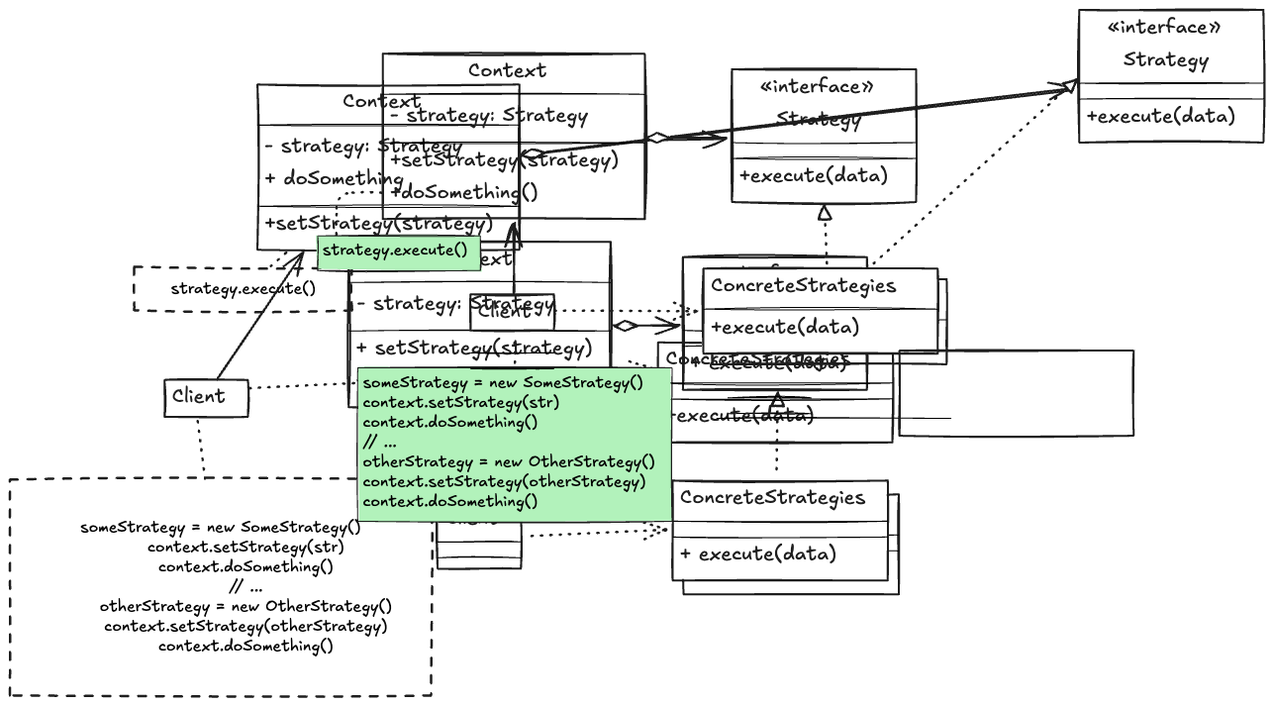
Before: strategy-pattern.excalidraw.png, a diagram exported from Excalidraw (bjenning04/foam). Source tidied: one line per element, renumbered; positions are measured from the earlier drawing's top-left corner, leaving out a move shared by most shapes.
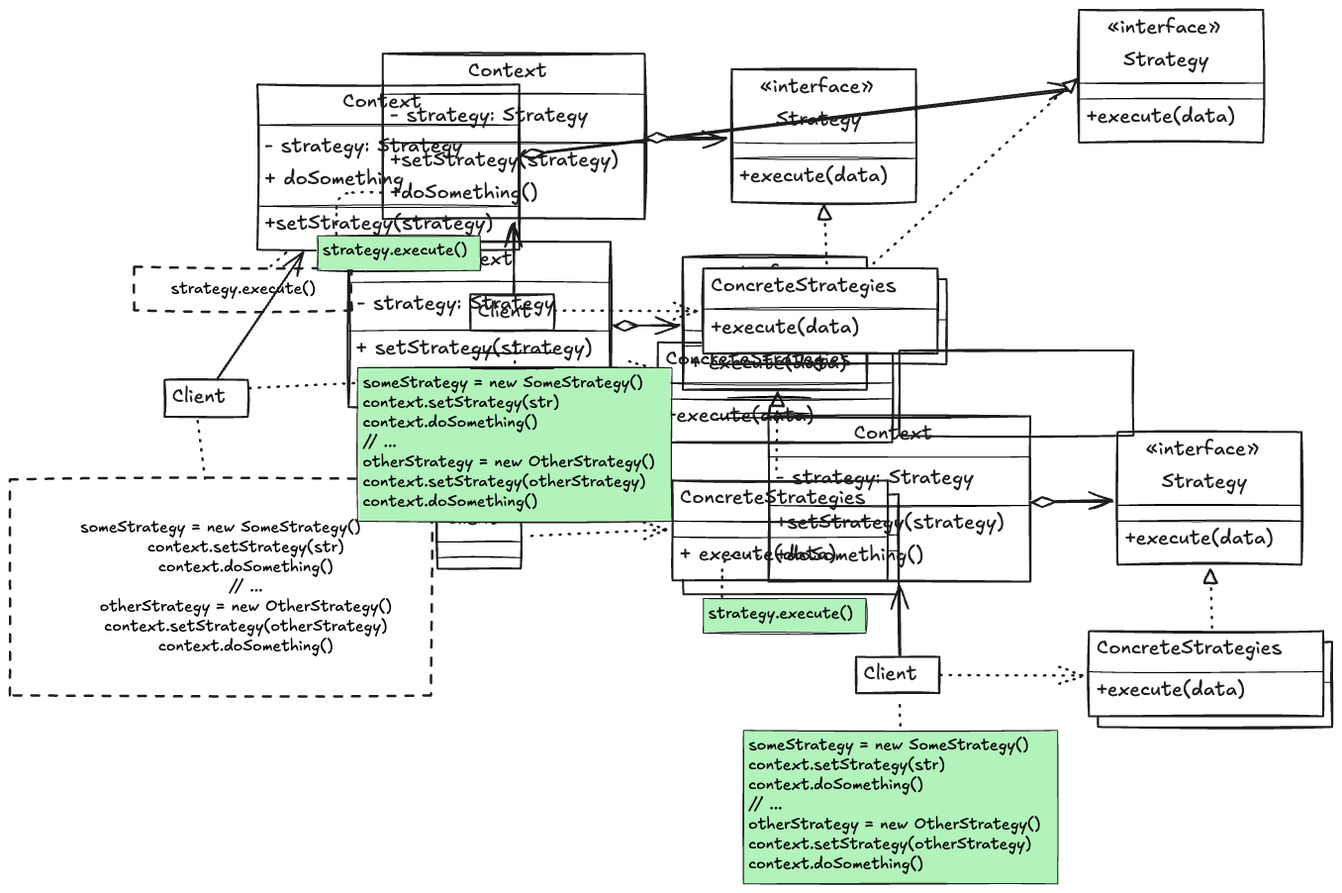
The same diagram one commit later.

Diff of the diagram source:
```diff
@@ -1,33 +1,33 @@
-{"id": 0, "type": "rectangle", "strokeColor": "#1e1e1e", "strokeWidth": 2, "roughness": 1, "x": 66, "y": 0, "width": 265, "height": 167}
-{"id": 1, "type": "rectangle", "strokeColor": "#1e1e1e", "strokeWidth": 2, "roughness": 1, "x": 154, "y": 243, "width": 84, "height": 37}
-{"id": 2, "type": "rectangle", "strokeColor": "#1e1e1e", "strokeWidth": 2, "roughness": 1, "x": 419, "y": 16, "width": 186, "height": 134}
-{"id": 3, "type": "rectangle", "strokeColor": "#1e1e1e", "backgroundColor": "#b2f2bb", "fillStyle": "solid", "strokeWidth": 1, "roughness": 1, "x": 41, "y": 317, "width": 318, "height": 155}
-{"id": 4, "type": "rectangle", "strokeColor": "#1e1e1e", "backgroundColor": "#b2f2bb", "fillStyle": "solid", "strokeWidth": 1, "roughness": 1, "x": 0, "y": 184, "width": 164, "height": 35}
-{"id": 5, "type": "line", "strokeColor": "#000", "strokeWidth": 1, "roughness": 1, "x": 66, "y": 41, "width": 265, "height": 0, "points": [[0, 0], [265, 0]]}
-{"id": 6, "type": "line", "strokeColor": "#000", "strokeWidth": 1, "roughness": 1, "x": 66, "y": 90, "width": 265, "height": 0, "points": [[0, 0], [265, 0]]}
-{"id": 7, "type": "line", "strokeColor": "#000", "strokeWidth": 1, "roughness": 1, "x": 419, "y": 90, "width": 186, "height": 0, "points": [[0, 0], [186, 0]]}
-{"id": 8, "type": "line", "strokeColor": "#000", "strokeWidth": 1, "roughness": 1, "x": 419, "y": 106, "width": 186, "height": 0, "points": [[0, 0], [186, 0]]}
-{"id": 9, "type": "arrow", "strokeColor": "#1e1e1e", "strokeWidth": 2, "roughness": 1, "startArrowhead": "arrow", "round": true, "from": 0, "to": 19, "x": 198, "y": 172, "width": 1, "height": 70, "points": [[0, 0], [1, 70]]}
-{"id": 10, "type": "arrow", "strokeColor": "#1e1e1e", "strokeWidth": 2, "strokeStyle": "dotted", "roughness": 1, "endArrowhead": "arrow", "round": true, "from": 1, "to": 27, "x": 240, "y": 261, "width": 144, "height": 0, "points": [[0, 0], [144, 0]]}
-{"id": 11, "type": "arrow", "strokeColor": "#1e1e1e", "strokeWidth": 2, "roughness": 1, "startArrowhead": "diamond_outline", "endArrowhead": "arrow", "round": true, "from": 0, "to": 2, "x": 332, "y": 86, "width": 80, "height": 0, "points": [[0, 0], [80, 0]]}
-{"id": 12, "type": "arrow", "strokeColor": "#1e1e1e", "strokeWidth": 2, "strokeStyle": "dotted", "roughness": 1, "startArrowhead": "triangle_outline", "round": true, "from": 2, "to": 26, "x": 511, "y": 154, "width": 3, "height": 61, "points": [[0, 0], [3, 61]]}
-{"id": 13, "type": "arrow", "strokeColor": "#1e1e1e", "strokeWidth": 2, "strokeStyle": "dotted", "roughness": 1, "from": 3, "to": 19, "x": 199, "y": 312, "width": 0, "height": 28, "points": [[0, 0], [0, -28]]}
-{"id": 14, "type": "arrow", "strokeColor": "#1e1e1e", "strokeWidth": 2, "strokeStyle": "dotted", "roughness": 1, "from": 4, "x": 19, "y": 183, "width": 49, "height": 42, "points": [[0, 0], [0, -42], [49, -42]]}
+{"id": 33, "type": "rectangle", "strokeColor": "#1e1e1e", "strokeWidth": 2, "roughness": 1, "x": 66, "y": 0, "width": 265, "height": 167}
+{"id": 34, "type": "rectangle", "strokeColor": "#1e1e1e", "strokeWidth": 2, "roughness": 1, "x": 155, "y": 243, "width": 84, "height": 37}
+{"id": 35, "type": "rectangle", "strokeColor": "#1e1e1e", "strokeWidth": 2, "roughness": 1, "x": 419, "y": 16, "width": 186, "height": 134}
+{"id": 36, "type": "rectangle", "strokeColor": "#1e1e1e", "backgroundColor": "#b2f2bb", "fillStyle": "solid", "strokeWidth": 1, "roughness": 1, "x": 41, "y": 317, "width": 318, "height": 155}
+{"id": 37, "type": "rectangle", "strokeColor": "#1e1e1e", "backgroundColor": "#b2f2bb", "fillStyle": "solid", "strokeWidth": 1, "roughness": 1, "x": 0, "y": 184, "width": 164, "height": 35}
+{"id": 38, "type": "line", "strokeColor": "#000", "strokeWidth": 1, "roughness": 1, "x": 66, "y": 41, "width": 265, "height": 0, "points": [[0, 0], [265, 0]]}
+{"id": 39, "type": "line", "strokeColor": "#000", "strokeWidth": 1, "roughness": 1, "x": 66, "y": 90, "width": 265, "height": 0, "points": [[0, 0], [265, 0]]}
+{"id": 40, "type": "line", "strokeColor": "#000", "strokeWidth": 1, "roughness": 1, "x": 419, "y": 90, "width": 186, "height": 0, "points": [[0, 0], [186, 0]]}
+{"id": 41, "type": "line", "strokeColor": "#000", "strokeWidth": 1, "roughness": 1, "x": 419, "y": 106, "width": 186, "height": 0, "points": [[0, 0], [186, 0]]}
+{"id": 42, "type": "arrow", "strokeColor": "#1e1e1e", "strokeWidth": 2, "roughness": 1, "startArrowhead": "arrow", "round": true, "from": 33, "to": 19, "x": 198, "y": 172, "width": 1, "height": 70, "points": [[0, 0], [1, 70]]}
+{"id": 43, "type": "arrow", "strokeColor": "#1e1e1e", "strokeWidth": 2, "strokeStyle": "dotted", "roughness": 1, "endArrowhead": "arrow", "round": true, "from": 34, "to": 55, "x": 240, "y": 261, "width": 144, "height": 0, "points": [[0, 0], [144, 0]]}
+{"id": 44, "type": "arrow", "strokeColor": "#1e1e1e", "strokeWidth": 2, "roughness": 1, "startArrowhead": "diamond_outline", "endArrowhead": "arrow", "round": true, "from": 33, "to": 35, "x": 333, "y": 86, "width": 80, "height": 0, "points": [[0, 0], [80, 0]]}
+{"id": 45, "type": "arrow", "strokeColor": "#1e1e1e", "strokeWidth": 2, "strokeStyle": "dotted", "roughness": 1, "startArrowhead": "triangle_outline", "round": true, "from": 35, "to": 54, "x": 511, "y": 154, "width": 3, "height": 61, "points": [[0, 0], [3, 61]]}
+{"id": 46, "type": "arrow", "strokeColor": "#1e1e1e", "strokeWidth": 2, "strokeStyle": "dotted", "roughness": 1, "from": 36, "to": 19, "x": 199, "y": 312, "width": 0, "height": 28, "points": [[0, 0], [0, -28]]}
+{"id": 47, "type": "arrow", "strokeColor": "#1e1e1e", "strokeWidth": 2, "strokeStyle": "dotted", "roughness": 1, "from": 37, "x": 19, "y": 183, "width": 49, "height": 42, "points": [[0, 0], [0, -42], [49, -42]]}
 {"id": 15, "type": "text", "text": "Context", "strokeColor": "#1e1e1e", "strokeWidth": 2, "roughness": 1, "fontSize": 20, "fontFamily": 5, "verticalAlign": "middle", "x": 152, "y": 5, "width": 80, "height": 25}
 {"id": 16, "type": "text", "text": "- strategy: Strategy", "strokeColor": "#1e1e1e", "strokeWidth": 2, "roughness": 1, "fontSize": 20, "fontFamily": 5, "verticalAlign": "middle", "x": 73, "y": 50, "width": 200, "height": 25}
 {"id": 17, "type": "text", "text": "+setStrategy(strategy)", "strokeColor": "#1e1e1e", "strokeWidth": 2, "roughness": 1, "fontSize": 20, "fontFamily": 5, "verticalAlign": "middle", "x": 73, "y": 95, "width": 231, "height": 25}
 {"id": 18, "type": "text", "text": "+doSomething()", "strokeColor": "#1e1e1e", "strokeWidth": 2, "roughness": 1, "fontSize": 20, "fontFamily": 5, "verticalAlign": "middle", "x": 73, "y": 128, "width": 149, "height": 25}
 {"id": 19, "type": "text", "text": "Client", "strokeColor": "#1e1e1e", "strokeWidth": 2, "roughness": 1, "fontSize": 20, "fontFamily": 5, "verticalAlign": "middle", "x": 162, "y": 248, "width": 54, "height": 25}
-{"id": 20, "type": "rectangle", "strokeColor": "#1e1e1e", "strokeWidth": 2, "roughness": 1, "x": 399, "y": 228, "width": 237, "height": 86}
-{"id": 21, "type": "line", "strokeColor": "#000", "strokeWidth": 1, "roughness": 1, "x": 399, "y": 269, "width": 237, "height": 0, "points": [[0, 0], [237, 0]]}
-{"id": 22, "type": "text", "text": "ConcreteStrategies", "strokeColor": "#1e1e1e", "strokeWidth": 2, "roughness": 1, "fontSize": 20, "fontFamily": 5, "verticalAlign": "middle", "x": 406, "y": 233, "width": 187, "height": 25}
-{"id": 23, "type": "text", "text": "+execute(data)", "strokeColor": "#1e1e1e", "strokeWidth": 2, "roughness": 1, "fontSize": 20, "fontFamily": 5, "verticalAlign": "middle", "x": 406, "y": 275, "width": 150, "height": 25}
-{"id": 24, "type": "rectangle", "strokeColor": "#1e1e1e", "backgroundColor": "#ffffff", "fillStyle": "solid", "strokeWidth": 2, "roughness": 1, "x": 390, "y": 217, "width": 237, "height": 86}
-{"id": 25, "type": "line", "strokeColor": "#000", "backgroundColor": "#ffffff", "fillStyle": "solid", "strokeWidth": 1, "roughness": 1, "x": 390, "y": 258, "width": 237, "height": 0, "points": [[0, 0], [237, 0]]}
-{"id": 26, "type": "text", "text": "ConcreteStrategies", "strokeColor": "#1e1e1e", "backgroundColor": "#ffffff", "fillStyle": "solid", "strokeWidth": 2, "roughness": 1, "fontSize": 20, "fontFamily": 5, "verticalAlign": "middle", "x": 397, "y": 222, "width": 187, "height": 25}
-{"id": 27, "type": "text", "text": "+execute(data)", "strokeColor": "#1e1e1e", "backgroundColor": "#ffffff", "fillStyle": "solid", "strokeWidth": 2, "roughness": 1, "fontSize": 20, "fontFamily": 5, "verticalAlign": "middle", "x": 397, "y": 264, "width": 150, "height": 25}
+{"id": 48, "type": "rectangle", "strokeColor": "#1e1e1e", "strokeWidth": 2, "roughness": 1, "x": 399, "y": 228, "width": 237, "height": 86}
+{"id": 49, "type": "line", "strokeColor": "#000", "strokeWidth": 1, "roughness": 1, "x": 399, "y": 269, "width": 237, "height": 0, "points": [[0, 0], [237, 0]]}
+{"id": 50, "type": "text", "text": "ConcreteStrategies", "strokeColor": "#1e1e1e", "strokeWidth": 2, "roughness": 1, "fontSize": 20, "fontFamily": 5, "verticalAlign": "middle", "x": 406, "y": 233, "width": 187, "height": 25}
+{"id": 51, "type": "text", "text": "+execute(data)", "strokeColor": "#1e1e1e", "strokeWidth": 2, "roughness": 1, "fontSize": 20, "fontFamily": 5, "verticalAlign": "middle", "x": 406, "y": 275, "width": 150, "height": 25}
+{"id": 52, "type": "rectangle", "strokeColor": "#1e1e1e", "backgroundColor": "#ffffff", "fillStyle": "solid", "strokeWidth": 2, "roughness": 1, "x": 390, "y": 217, "width": 237, "height": 86}
+{"id": 53, "type": "line", "strokeColor": "#000", "backgroundColor": "#ffffff", "fillStyle": "solid", "strokeWidth": 1, "roughness": 1, "x": 390, "y": 258, "width": 237, "height": 0, "points": [[0, 0], [237, 0]]}
+{"id": 54, "type": "text", "text": "ConcreteStrategies", "strokeColor": "#1e1e1e", "backgroundColor": "#ffffff", "fillStyle": "solid", "strokeWidth": 2, "roughness": 1, "fontSize": 20, "fontFamily": 5, "verticalAlign": "middle", "x": 397, "y": 222, "width": 187, "height": 25}
+{"id": 55, "type": "text", "text": "+execute(data)", "strokeColor": "#1e1e1e", "backgroundColor": "#ffffff", "fillStyle": "solid", "strokeWidth": 2, "roughness": 1, "fontSize": 20, "fontFamily": 5, "verticalAlign": "middle", "x": 397, "y": 264, "width": 150, "height": 25}
 {"id": 28, "type": "text", "text": "«interface»", "strokeColor": "#1e1e1e", "strokeWidth": 2, "roughness": 1, "fontSize": 20, "fontFamily": 5, "verticalAlign": "middle", "x": 447, "y": 21, "width": 114, "height": 25}
-{"id": 29, "type": "text", "text": "Strategy", "strokeColor": "#1e1e1e", "strokeWidth": 2, "roughness": 1, "fontSize": 20, "fontFamily": 5, "verticalAlign": "middle", "x": 463, "y": 54, "width": 86, "height": 25}
+{"id": 29, "type": "text", "text": "Strategy", "strokeColor": "#1e1e1e", "strokeWidth": 2, "roughness": 1, "fontSize": 20, "fontFamily": 5, "verticalAlign": "middle", "x": 464, "y": 54, "width": 86, "height": 25}
-{"id": 30, "type": "text", "text": "+execute(data)", "strokeColor": "#1e1e1e", "strokeWidth": 2, "roughness": 1, "fontSize": 20, "fontFamily": 5, "verticalAlign": "middle", "x": 426, "y": 111, "width": 150, "height": 25}
+{"id": 56, "type": "text", "text": "+execute(data)", "strokeColor": "#1e1e1e", "strokeWidth": 2, "roughness": 1, "fontSize": 20, "fontFamily": 5, "verticalAlign": "middle", "x": 426, "y": 111, "width": 150, "height": 25}
-{"id": 31, "type": "text", "text": "someStrategy = new SomeStrategy()\ncontext.setStrategy(str)\ncontext.doSomething()\n// ...\notherStrategy = new OtherStrategy()\ncontext.setStrategy(otherStrategy)\ncontext.doSomething()", "strokeColor": "#000", "strokeWidth": 2, "roughness": 1, "fontSize": 16, "fontFamily": 5, "inside": 3, "x": 46, "y": 322, "width": 295, "height": 140}
+{"id": 31, "type": "text", "text": "someStrategy = new SomeStrategy()\ncontext.setStrategy(str)\ncontext.doSomething()\n// ...\notherStrategy = new OtherStrategy()\ncontext.setStrategy(otherStrategy)\ncontext.doSomething()", "strokeColor": "#000", "strokeWidth": 2, "roughness": 1, "fontSize": 16, "fontFamily": 5, "inside": 36, "x": 46, "y": 322, "width": 295, "height": 140}
-{"id": 32, "type": "text", "text": "strategy.execute()", "strokeColor": "#000", "strokeWidth": 2, "roughness": 1, "fontSize": 16, "fontFamily": 5, "inside": 4, "x": 5, "y": 189, "width": 146, "height": 20}
+{"id": 32, "type": "text", "text": "strategy.execute()", "strokeColor": "#000", "strokeWidth": 2, "roughness": 1, "fontSize": 16, "fontFamily": 5, "inside": 37, "x": 5, "y": 189, "width": 146, "height": 20}
```
